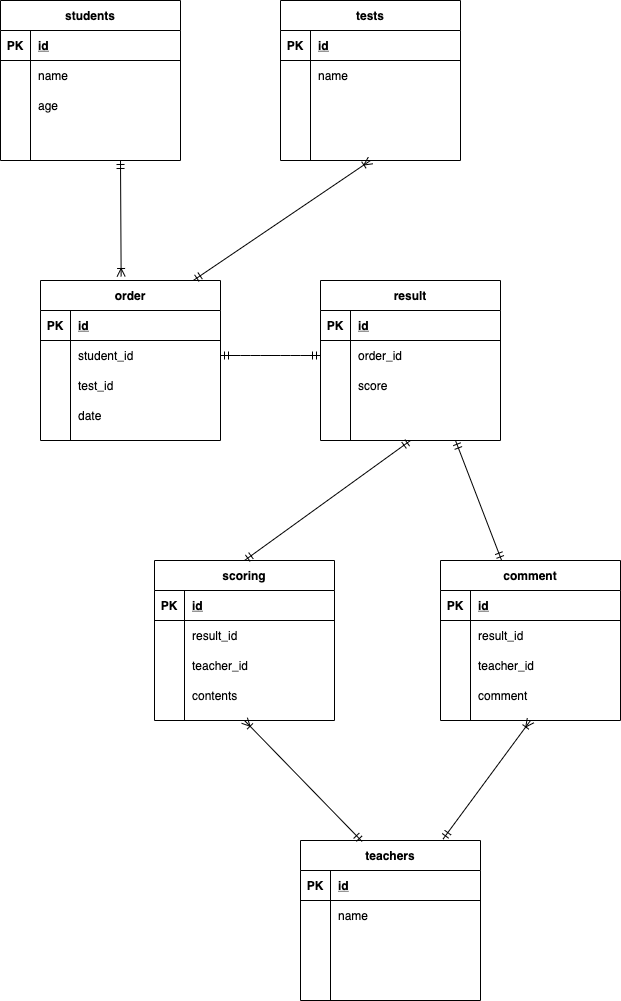
The draw.io diagram diagrams.net/index.drawio.png in ckckdo/20211002suzutani, before a commit. Source tidied: cells renumbered, new cells last; positions are measured from the earlier drawing's top-left corner, leaving out a move shared by most shapes.
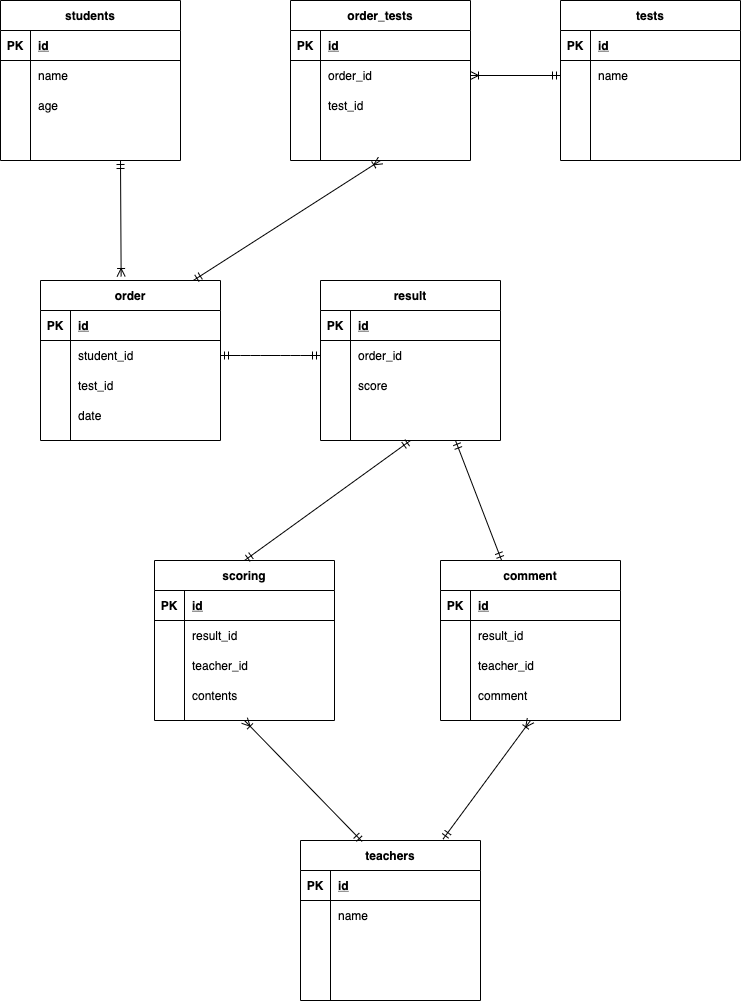
After the change.

The edit, as a diff of the source:
```diff
@@ -42,7 +42,7 @@
       <mxGeometry x="30" width="150" height="30" as="geometry" />
     </mxCell>
     <mxCell id="15" value="tests" style="shape=table;startSize=30;rowLines=0;fontStyle=1;align=center;" parent="1" vertex="1">
-      <mxGeometry x="280" width="180" height="160" as="geometry" />
+      <mxGeometry x="560" width="180" height="160" as="geometry" />
     </mxCell>
     <mxCell id="16" style="shape=partialRectangle;fillColor=none;top=0;left=0;bottom=1;right=0;" parent="15" vertex="1">
       <mxGeometry y="30" width="180" height="30" as="geometry" />
@@ -295,8 +295,50 @@
     <mxCell id="98" style="fontSize=12;html=1;endArrow=ERmandOne;startArrow=ERmandOne;exitX=0.34;exitY=0.001;exitDx=0;exitDy=0;entryX=0.75;entryY=1;entryDx=0;entryDy=0;exitPerimeter=0;" parent="1" edge="1" source="67" target="41">
       <mxGeometry relative="1" as="geometry" />
     </mxCell>
-    <mxCell id="99" style="fontSize=12;html=1;endArrow=ERoneToMany;startArrow=ERmandOne;entryX=0.5;entryY=1;entryDx=0;entryDy=0;exitX=0.85;exitY=-0.001;exitDx=0;exitDy=0;exitPerimeter=0;" parent="1" edge="1" source="28" target="15">
+    <mxCell id="99" style="fontSize=12;html=1;endArrow=ERoneToMany;startArrow=ERmandOne;entryX=0.5;entryY=1;entryDx=0;entryDy=0;exitX=0.85;exitY=-0.001;exitDx=0;exitDy=0;exitPerimeter=0;" parent="1" edge="1" source="28" target="100">
       <mxGeometry relative="1" as="geometry" />
     </mxCell>
+    <mxCell id="100" value="order_tests" style="shape=table;startSize=30;rowLines=0;fontStyle=1;align=center;" parent="1" vertex="1">
+      <mxGeometry x="290" width="180" height="160" as="geometry" />
+    </mxCell>
+    <mxCell id="101" style="shape=partialRectangle;fillColor=none;top=0;left=0;bottom=1;right=0;" parent="100" vertex="1">
+      <mxGeometry y="30" width="180" height="30" as="geometry" />
+    </mxCell>
+    <mxCell id="102" value="PK" style="shape=partialRectangle;fillColor=none;top=0;left=0;bottom=0;right=0;fontStyle=1;overflow=hidden;" parent="101" vertex="1">
+      <mxGeometry width="30" height="30" as="geometry" />
+    </mxCell>
+    <mxCell id="103" value="id" style="shape=partialRectangle;fillColor=none;top=0;left=0;bottom=0;right=0;align=left;spacingLeft=6;fontStyle=5;overflow=hidden;" parent="101" vertex="1">
+      <mxGeometry x="30" width="150" height="30" as="geometry" />
+    </mxCell>
+    <mxCell id="104" style="shape=partialRectangle;fillColor=none;top=0;left=0;bottom=0;right=0;points=[[0,0.5],[1,0.5]];portConstraint=eastwest;" parent="100" vertex="1">
+      <mxGeometry y="60" width="180" height="30" as="geometry" />
+    </mxCell>
+    <mxCell id="105" style="shape=partialRectangle;fillColor=none;top=0;left=0;bottom=0;right=0;overflow=hidden;" parent="104" vertex="1">
+      <mxGeometry width="30" height="30" as="geometry" />
+    </mxCell>
+    <mxCell id="106" value="order_id" style="shape=partialRectangle;fillColor=none;top=0;left=0;bottom=0;right=0;align=left;spacingLeft=6;overflow=hidden;" parent="104" vertex="1">
+      <mxGeometry x="30" width="150" height="30" as="geometry" />
+    </mxCell>
+    <mxCell id="107" style="shape=partialRectangle;fillColor=none;top=0;left=0;bottom=0;right=0;" parent="100" vertex="1">
+      <mxGeometry y="90" width="180" height="30" as="geometry" />
+    </mxCell>
+    <mxCell id="108" style="shape=partialRectangle;fillColor=none;top=0;left=0;bottom=0;right=0;overflow=hidden;" parent="107" vertex="1">
+      <mxGeometry width="30" height="30" as="geometry" />
+    </mxCell>
+    <mxCell id="109" value="test_id" style="shape=partialRectangle;fillColor=none;top=0;left=0;bottom=0;right=0;align=left;spacingLeft=6;overflow=hidden;" parent="107" vertex="1">
+      <mxGeometry x="30" width="150" height="30" as="geometry" />
+    </mxCell>
+    <mxCell id="110" style="shape=partialRectangle;fillColor=none;top=0;left=0;bottom=0;right=0;" parent="100" vertex="1">
+      <mxGeometry y="120" width="180" height="30" as="geometry" />
+    </mxCell>
+    <mxCell id="111" style="shape=partialRectangle;fillColor=none;top=0;left=0;bottom=0;right=0;overflow=hidden;" parent="110" vertex="1">
+      <mxGeometry width="30" height="30" as="geometry" />
+    </mxCell>
+    <mxCell id="112" style="shape=partialRectangle;fillColor=none;top=0;left=0;bottom=0;right=0;align=left;spacingLeft=6;overflow=hidden;" parent="110" vertex="1">
+      <mxGeometry x="30" width="150" height="30" as="geometry" />
+    </mxCell>
+    <mxCell id="113" style="fontSize=12;html=1;endArrow=ERoneToMany;startArrow=ERmandOne;entryX=1;entryY=0.5;entryDx=0;entryDy=0;exitX=0;exitY=0.5;exitDx=0;exitDy=0;" parent="1" edge="1" source="19" target="104">
+      <mxGeometry relative="1" as="geometry" />
+    </mxCell>
   </root>
 </mxGraphModel>
```
